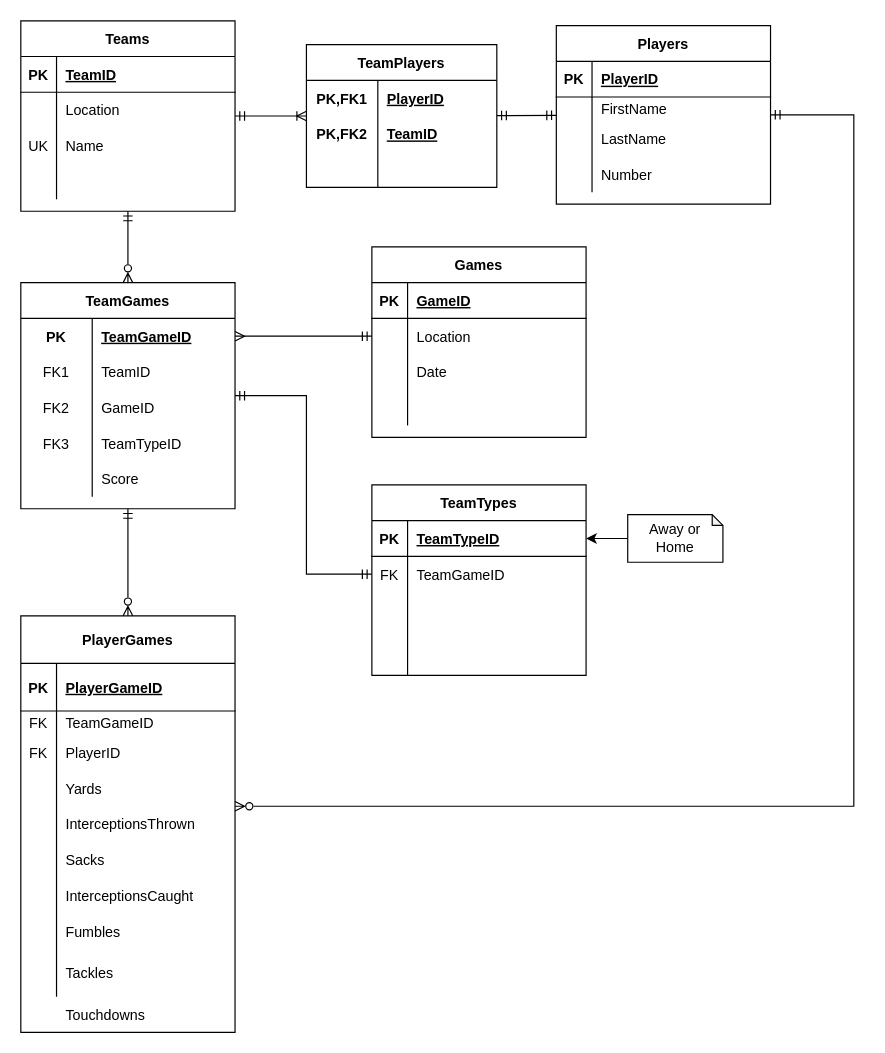
Earlier version of the draw.io diagram DatabaseDiagram.drawio (isaacPetersonKSU/560GroupProject). Source tidied: cells renumbered, new cells numbered last; positions are measured from the earlier drawing's top-left corner, leaving out a move shared by most shapes. Both pictures are drawn from the tidied source at 119%, with x=0, y=0 at pixel (20, 20).
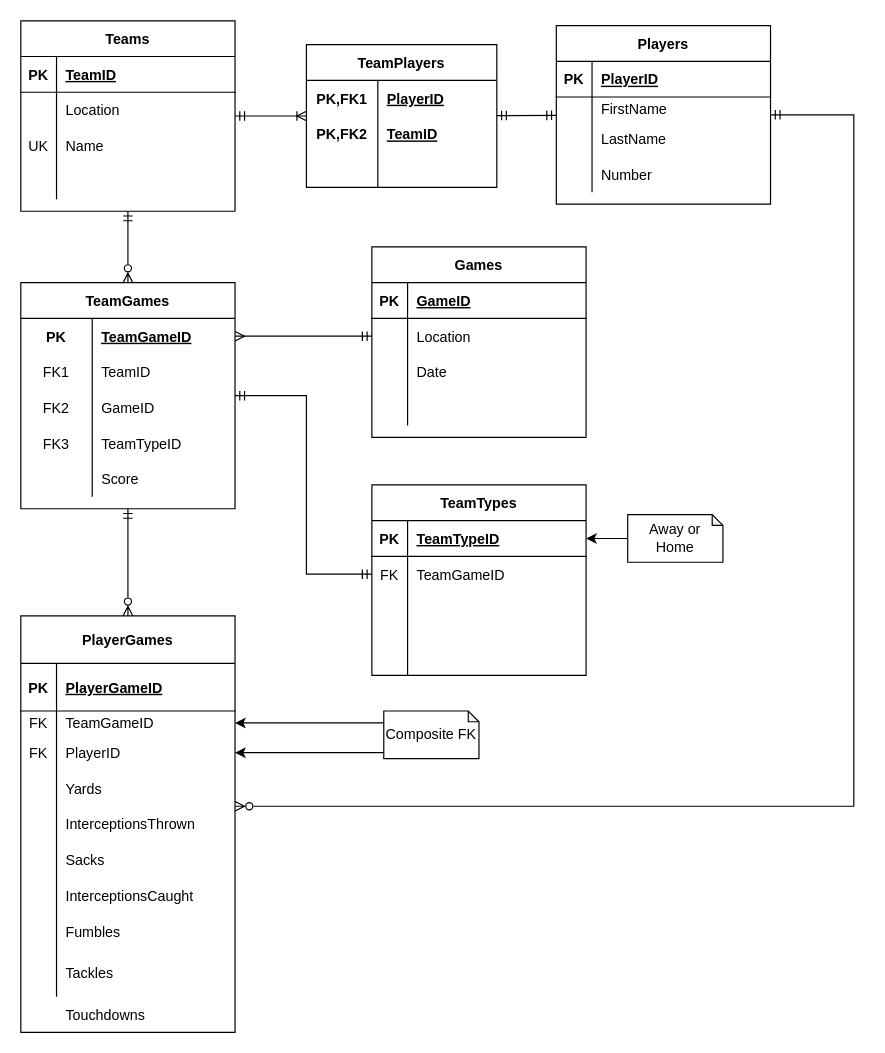
The same diagram, later.

Unchanged cells that the change refers to:
```xml
<mxCell id="47" style="shape=partialRectangle;fillColor=none;top=0;left=0;bottom=0;right=0;points=[[0,0.5],[1,0.5]];portConstraint=eastwest;align=center;" parent="43" vertex="1">
  <mxGeometry y="80" width="180" height="20" as="geometry" />
</mxCell>
<mxCell id="50" style="shape=partialRectangle;fillColor=none;top=0;left=0;bottom=0;right=0;points=[[0,0.5],[1,0.5]];portConstraint=eastwest;align=center;" parent="43" vertex="1">
  <mxGeometry y="100" width="180" height="30" as="geometry" />
</mxCell>
```

Diff of the diagram source:
```diff
@@
+    <mxCell id="118" style="edgeStyle=orthogonalEdgeStyle;rounded=0;jettySize=auto;html=1;" parent="1" edge="1" source="120" target="47">
+      <mxGeometry relative="1" as="geometry">
+        <Array as="points">
+          <mxPoint x="290" y="590" />
+          <mxPoint x="290" y="590" />
+        </Array>
+      </mxGeometry>
+    </mxCell>
+    <mxCell id="119" style="edgeStyle=orthogonalEdgeStyle;rounded=0;jettySize=auto;html=1;" parent="1" edge="1" source="120" target="50">
+      <mxGeometry relative="1" as="geometry">
+        <Array as="points">
+          <mxPoint x="280" y="615" />
+          <mxPoint x="280" y="615" />
+        </Array>
+      </mxGeometry>
+    </mxCell>
+    <mxCell id="120" value="Composite FK" style="shape=note;whiteSpace=wrap;html=1;backgroundOutline=1;darkOpacity=0.05;size=9;" parent="1" vertex="1">
+      <mxGeometry x="305" y="580" width="80" height="40" as="geometry" />
+    </mxCell>
```
